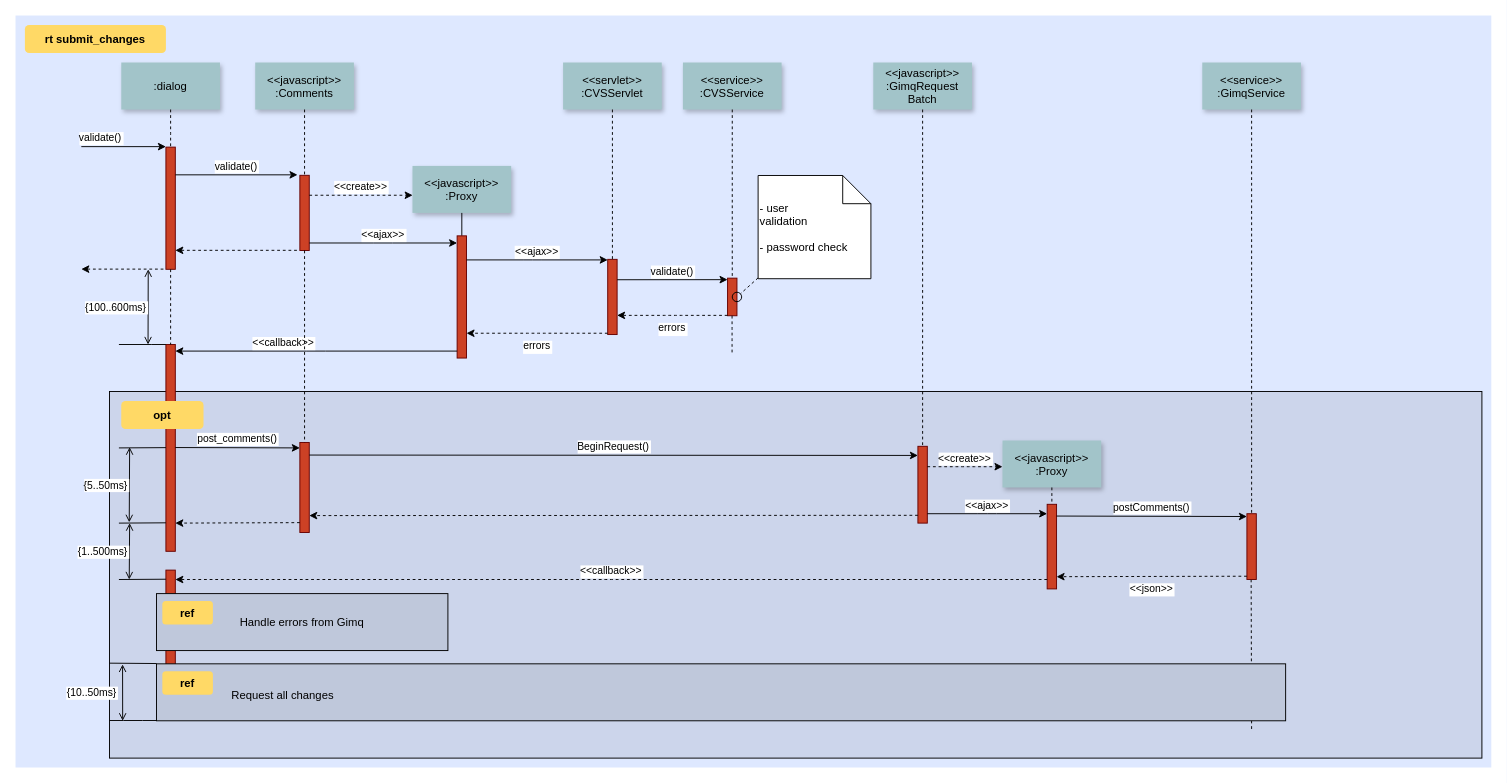
This is Untitled Diagram.drawio from kcprad/PersonalProject, a draw.io file, before an edit. Source tidied: cells renumbered, new cells numbered last; positions are measured from the earlier drawing's top-left corner, leaving out a move shared by most shapes. Both pictures are drawn from the tidied source at 94%, with x=0, y=0 at pixel (15, 15).
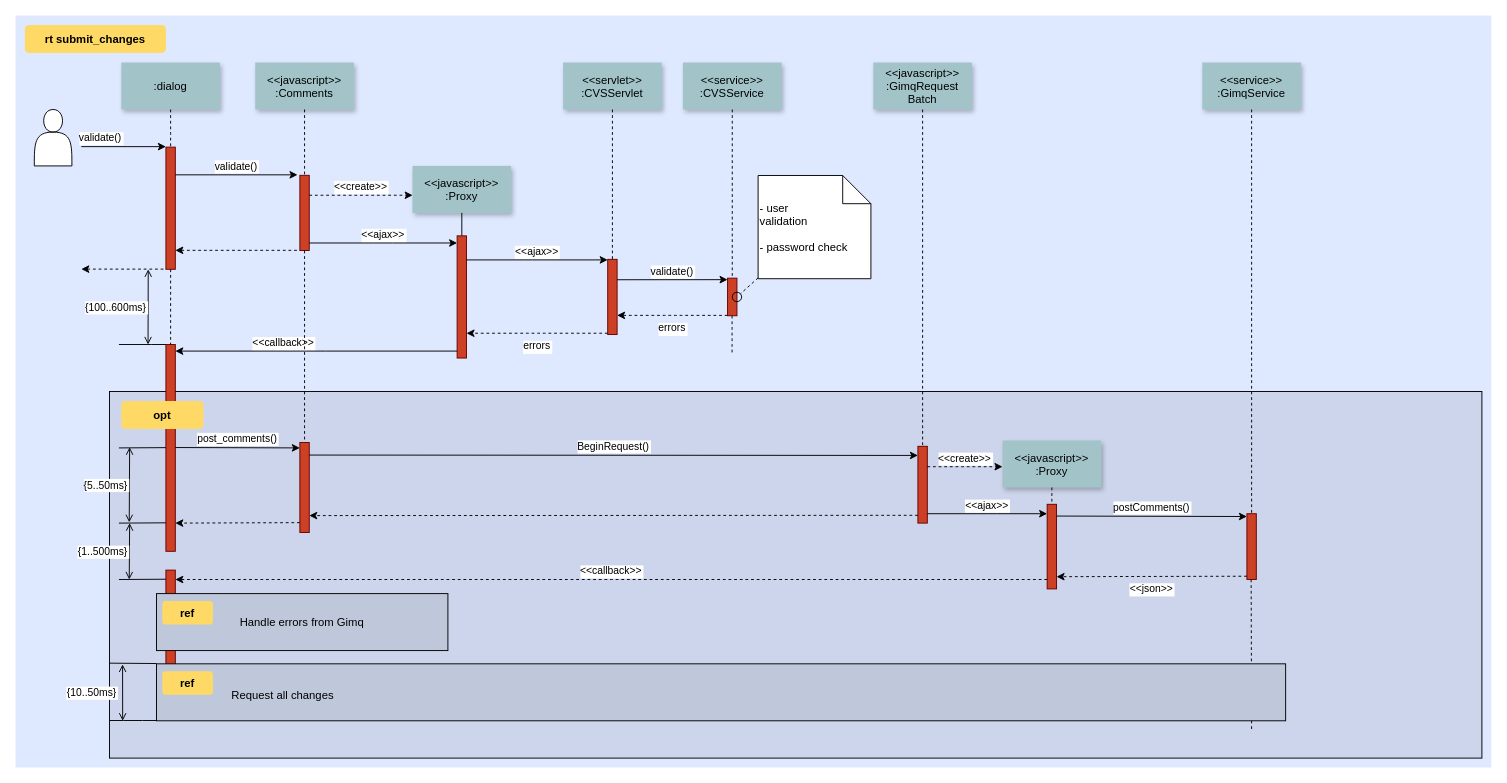
The same page after the edit.

What changed in the source:
```diff
@@
+    <mxCell id="75" style="shape=actor;whiteSpace=wrap;html=1;" parent="1" vertex="1">
+      <mxGeometry x="20" y="100" width="40" height="60" as="geometry" />
+    </mxCell>
```
